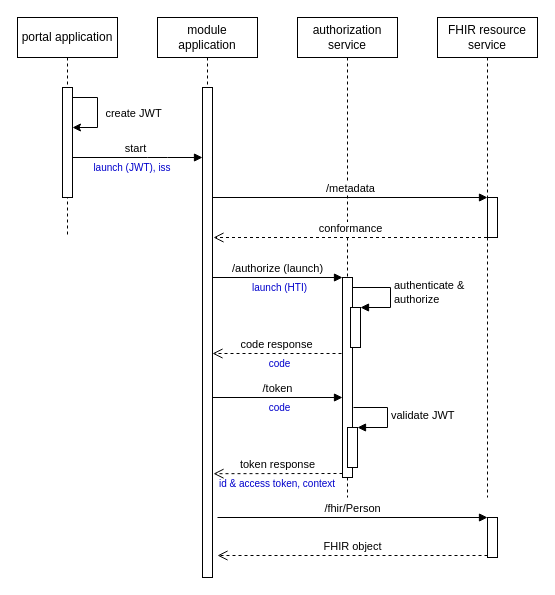
Before: diagrams/SMART HTI on FHIR - Context.drawio in Koppeltaal/Koppeltaal-2.0-SMART-HTI-On-FHIR, a draw.io diagram. Source tidied: cells renumbered, new cells numbered last; positions are measured from the earlier drawing's top-left corner, leaving out a move shared by most shapes. Both pictures are drawn from the tidied source at 100%, with x=0, y=0 at pixel (17, 17).
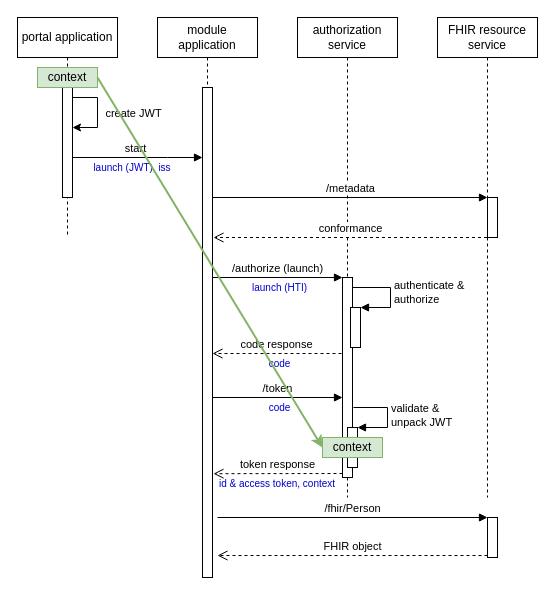
Above is the later version.

The change refers to these unchanged cells:
```xml
<mxCell id="9" style="html=1;points=[];perimeter=orthogonalPerimeter;" parent="1" vertex="1">
  <mxGeometry x="325" y="260" width="10" height="200" as="geometry" />
</mxCell>
<mxCell id="20" style="html=1;points=[];perimeter=orthogonalPerimeter;" parent="1" vertex="1">
  <mxGeometry x="330" y="410" width="10" height="40" as="geometry" />
</mxCell>
```

The edit, as a diff of the source:
```diff
@@
-    <mxCell id="21" value="validate JWT" style="edgeStyle=orthogonalEdgeStyle;html=1;align=left;spacingLeft=2;endArrow=block;rounded=0;entryX=1;entryY=0;exitX=1.1;exitY=0.65;exitDx=0;exitDy=0;exitPerimeter=0;" parent="1" edge="1" source="9" target="20">
+    <mxCell id="21" value="validate &amp;amp; &lt;br&gt;unpack JWT" style="edgeStyle=orthogonalEdgeStyle;html=1;align=left;spacingLeft=2;endArrow=block;rounded=0;entryX=1;entryY=0;exitX=1.1;exitY=0.65;exitDx=0;exitDy=0;exitPerimeter=0;" parent="1" edge="1" source="9" target="20">
       <mxGeometry relative="1" as="geometry">
         <Array as="points">
           <mxPoint x="370" y="390" />
           <mxPoint x="370" y="410" />
         </Array>
       </mxGeometry>
     </mxCell>
@@
+    <mxCell id="31" value="context" style="rounded=0;whiteSpace=wrap;html=1;fillColor=#d5e8d4;strokeColor=#82b366;" parent="1" vertex="1">
+      <mxGeometry x="20" y="50" width="60" height="20" as="geometry" />
+    </mxCell>
+    <mxCell id="32" value="context" style="rounded=0;whiteSpace=wrap;html=1;fillColor=#d5e8d4;strokeColor=#82b366;" parent="1" vertex="1">
+      <mxGeometry x="305" y="420" width="60" height="20" as="geometry" />
+    </mxCell>
+    <mxCell id="33" style="endArrow=classic;html=1;exitX=1;exitY=0.5;exitDx=0;exitDy=0;entryX=0;entryY=0.5;entryDx=0;entryDy=0;fillColor=#d5e8d4;strokeColor=#82b366;strokeWidth=2;" parent="1" edge="1" source="31" target="32">
+      <mxGeometry relative="1" as="geometry" />
+    </mxCell>
```
